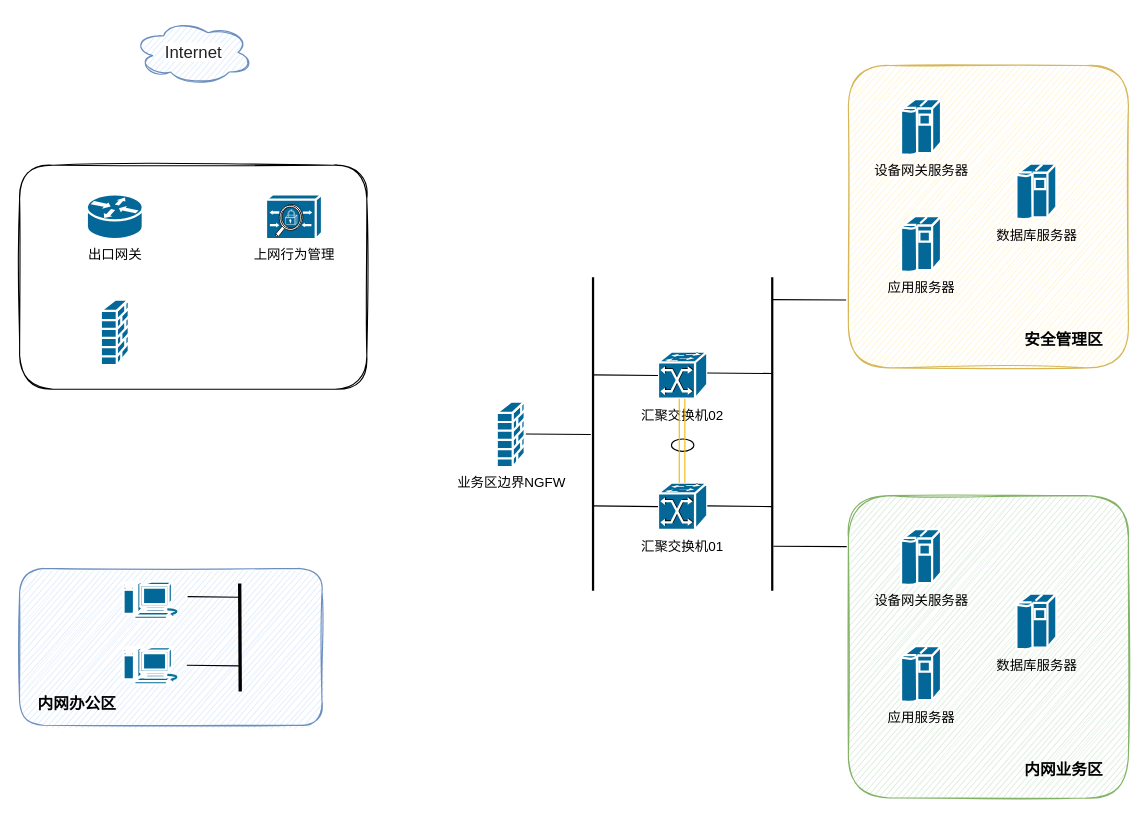
LingClassmate/diagrams keeps this draw.io diagram as 充电桩三级等保拓扑图.drawio. Above is the earlier version. Source tidied: cells renumbered, new cells numbered last; positions are measured from the earlier drawing's top-left corner, leaving out a move shared by most shapes. Both pictures are drawn from the tidied source at 112%, with x=0, y=0 at pixel (19, 19).
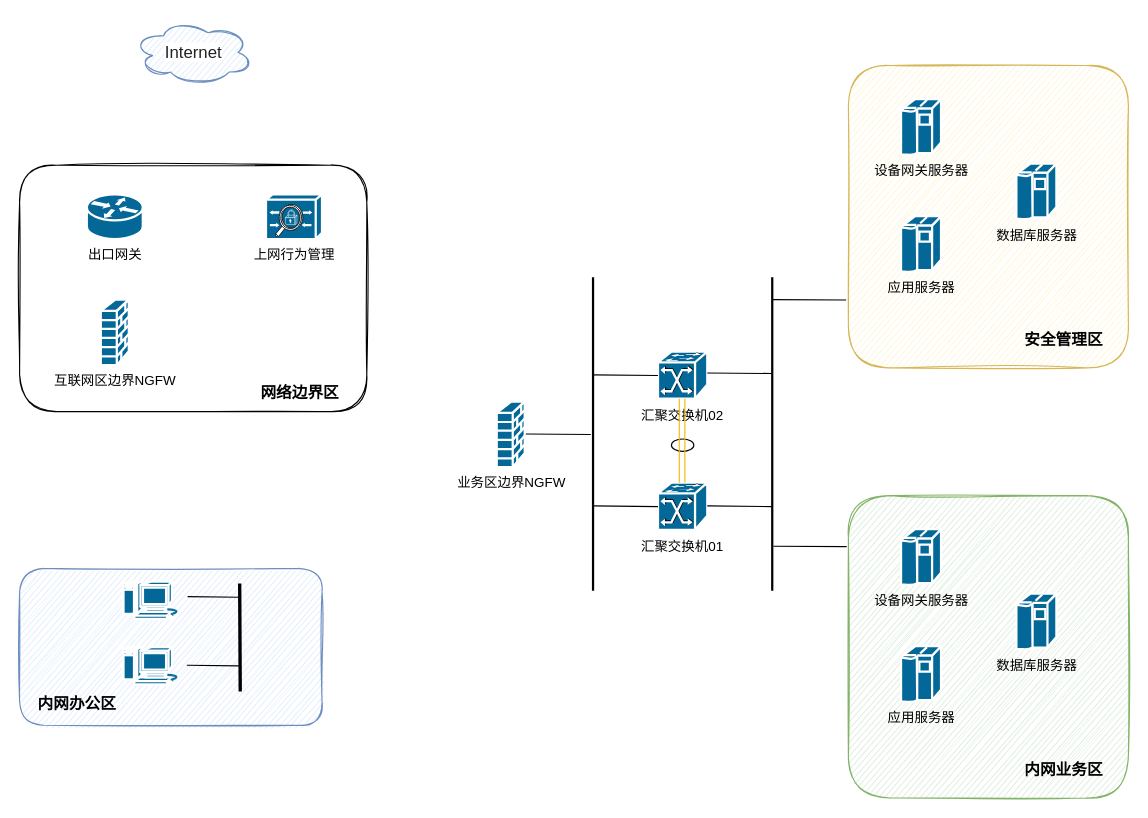
The same page after the edit.

Commit message:
更新充电桩三级等保拓扑图.drawio

What changed in the source:
```diff
@@
     <mxCell id="2" style="rounded=1;whiteSpace=wrap;html=1;sketch=1;shadow=0;" parent="1" vertex="1">
-      <mxGeometry y="130" width="310" height="200" as="geometry" />
+      <mxGeometry y="130" width="310" height="220" as="geometry" />
     </mxCell>
@@
-    <mxCell id="28" style="shape=mxgraph.cisco.security.firewall;html=1;dashed=0;fillColor=#036897;strokeColor=#ffffff;strokeWidth=2;verticalLabelPosition=bottom;verticalAlign=top;align=center;" parent="1" vertex="1">
+    <mxCell id="28" value="互联网区边界NGFW" style="shape=mxgraph.cisco.security.firewall;html=1;dashed=0;fillColor=#036897;strokeColor=#ffffff;strokeWidth=2;verticalLabelPosition=bottom;verticalAlign=top;align=center;" parent="1" vertex="1">
       <mxGeometry x="72.5" y="250" width="25" height="58.5" as="geometry" />
     </mxCell>
@@
+    <mxCell id="42" value="网络边界区" style="text;html=1;strokeColor=none;fillColor=none;align=center;verticalAlign=middle;whiteSpace=wrap;rounded=0;sketch=1;fontColor=#000000;fontSize=14;fontStyle=1;" parent="1" vertex="1">
+      <mxGeometry x="207.5" y="318" width="85" height="30" as="geometry" />
+    </mxCell>
```
